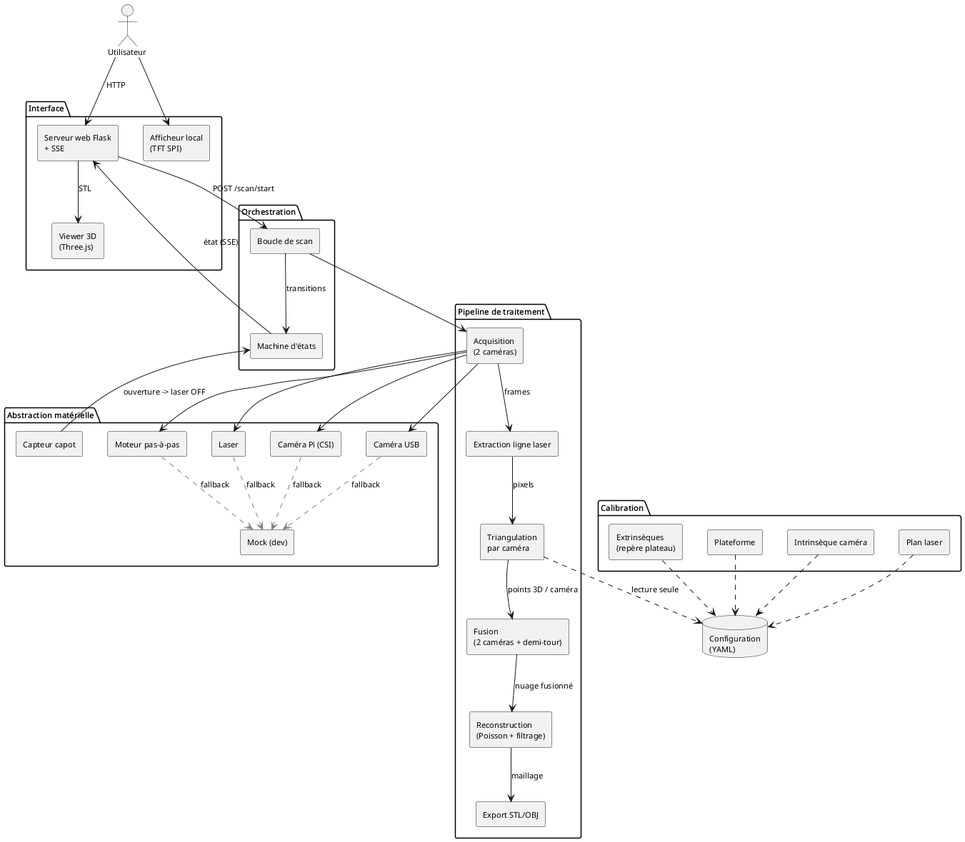
The PlantUML diagram docs/rapport/diagrams/architecture_composants.png in tom-berthoud/scanner3d-pmd, before a commit.
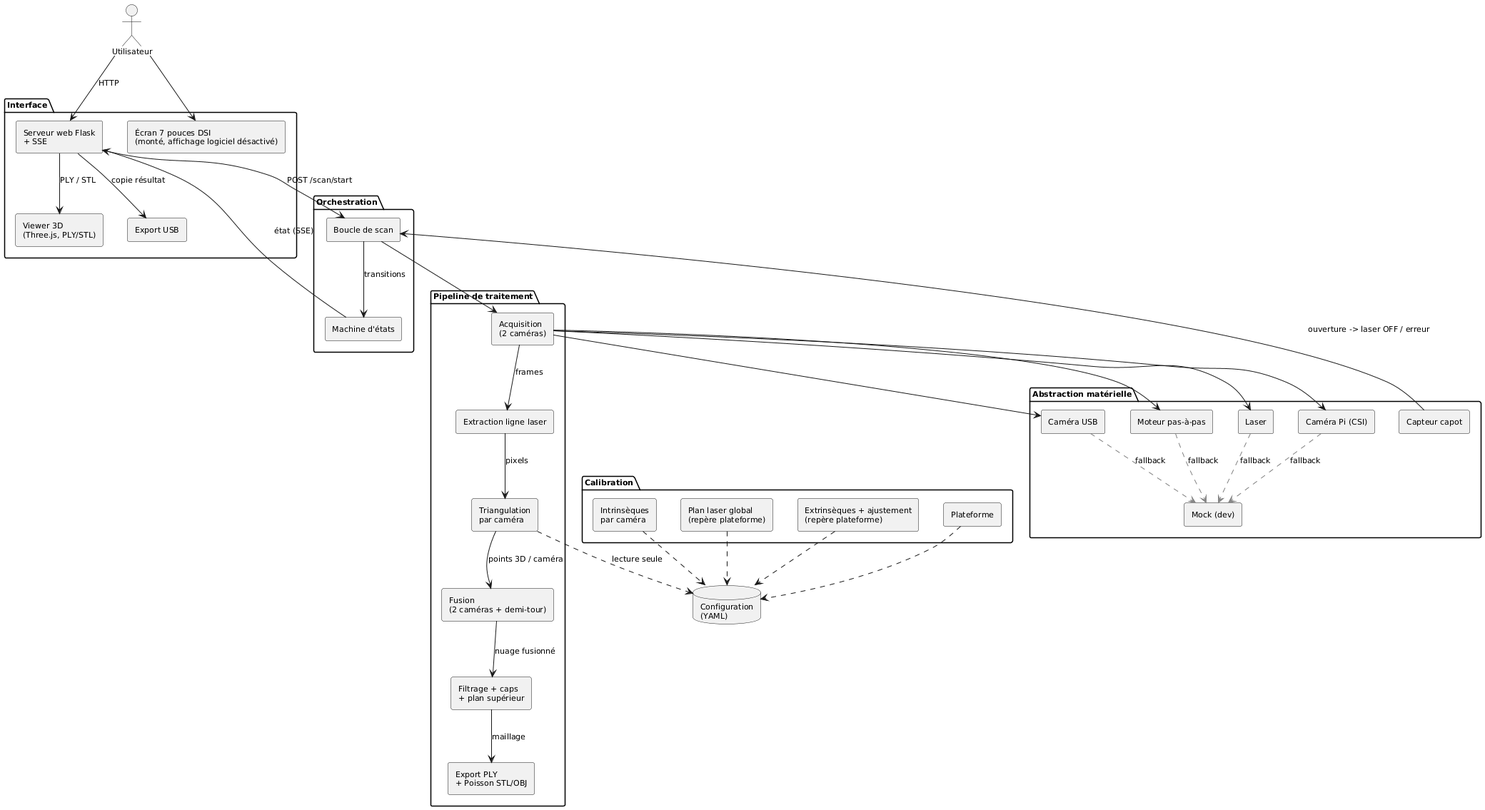
The same diagram one commit later.

Diff of the diagram source:
```diff
@@ -10,8 +10,9 @@
 
 package "Interface" {
   [Serveur web Flask\n+ SSE] as web
-  [Viewer 3D\n(Three.js)] as viewer
-  [Afficheur local\n(TFT SPI)] as display
+  [Viewer 3D\n(Three.js, PLY/STL)] as viewer
+  [Écran 7 pouces DSI\n(monté, affichage logiciel désactivé)] as display
+  [Export USB] as usb
 }
 
 package "Orchestration" {
@@ -24,14 +25,14 @@
   [Extraction ligne laser] as line
   [Triangulation\npar caméra] as tri
   [Fusion\n(2 caméras + demi-tour)] as fuse
-  [Reconstruction\n(Poisson + filtrage)] as recon
-  [Export STL/OBJ] as export
+  [Filtrage + caps\n+ plan supérieur] as recon
+  [Export PLY\n+ Poisson STL/OBJ] as export
 }
 
 package "Calibration" {
-  [Intrinsèque caméra] as calib_cam
-  [Plan laser] as calib_laser
-  [Extrinsèques\n(repère plateau)] as calib_ext
+  [Intrinsèques\npar caméra] as calib_cam
+  [Plan laser global\n(repère plateforme)] as calib_laser
+  [Extrinsèques + ajustement\n(repère plateforme)] as calib_ext
   [Plateforme] as calib_plat
 }
 
@@ -48,7 +49,8 @@
 
 user --> web : HTTP
 user --> display
-web --> viewer : STL
+web --> viewer : PLY / STL
+web --> usb : copie résultat
 web --> scan : POST /scan/start
 web <-- fsm : état (SSE)
 scan --> fsm : transitions
@@ -62,7 +64,7 @@
 tri --> fuse : points 3D / caméra
 fuse --> recon : nuage fusionné
 recon --> export : maillage
-hw_door --> fsm : ouverture -> laser OFF
+hw_door --> scan : ouverture -> laser OFF / erreur
 calib_cam ..> cfg
 calib_laser ..> cfg
 calib_ext ..> cfg
```
